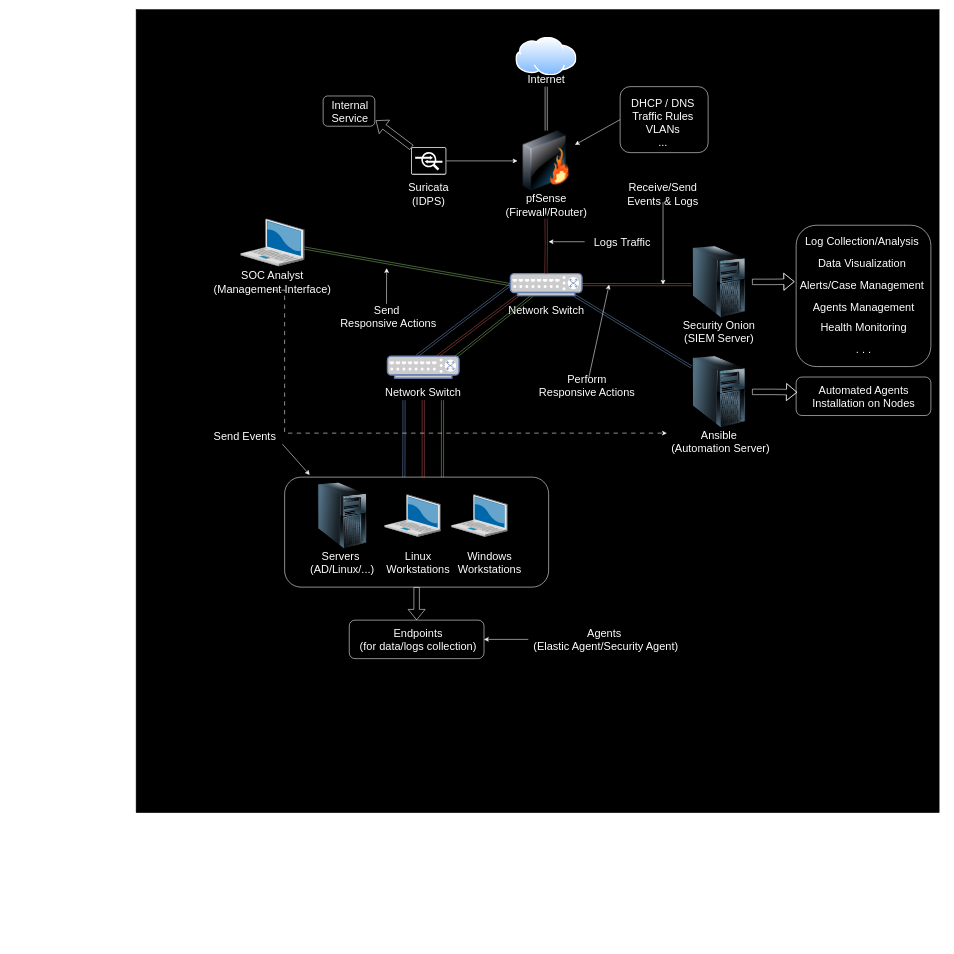
This is assets/NetworkDiagramSO.drawio from nattycoder/LearnHub-Connect, a draw.io file, before an edit. Source tidied: cells renumbered, new cells numbered last; positions are measured from the earlier drawing's top-left corner, leaving out a move shared by most shapes. Both pictures are drawn from the tidied source at 55%, with x=0, y=0 at pixel (136, 9).
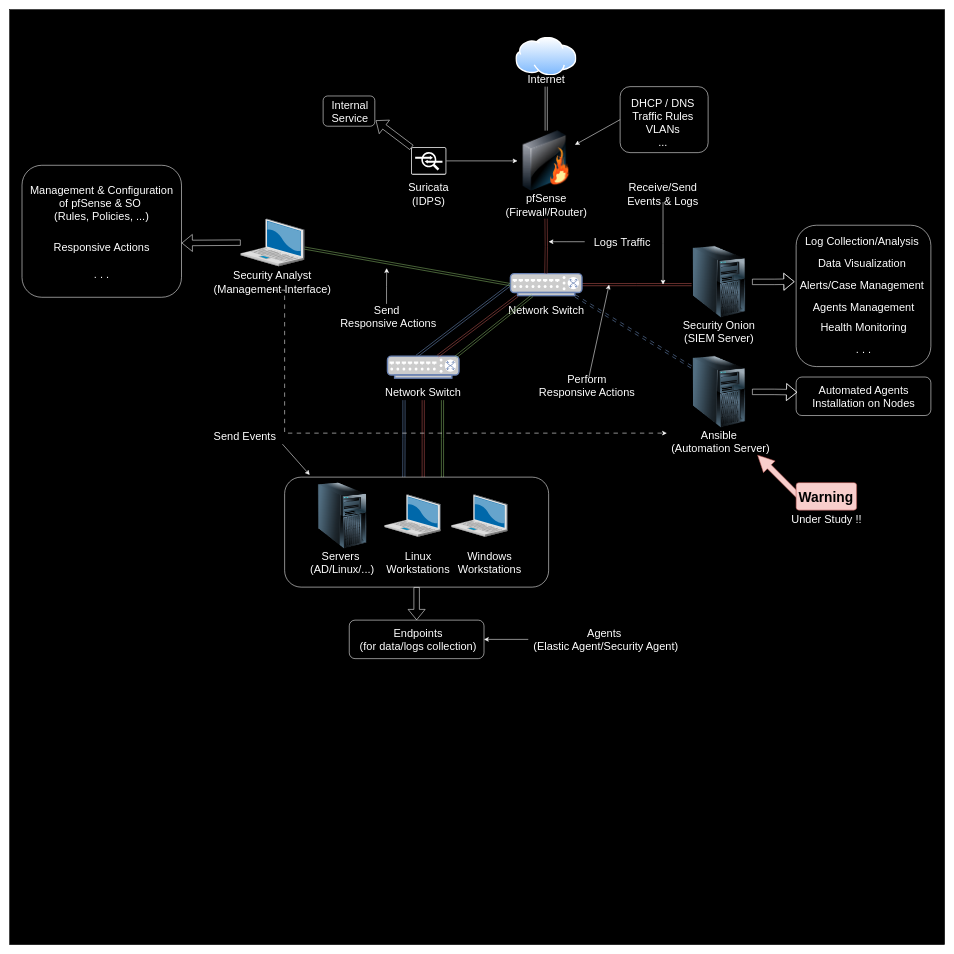
The same diagram, later.

Unchanged cells that the change refers to:
```xml
<mxCell id="9" style="group;" parent="1" vertex="1">
  <mxGeometry x="675.6" y="480" width="140" height="80" as="geometry" />
</mxCell>
<mxCell id="13" style="fontColor=#0066CC;verticalAlign=top;verticalLabelPosition=bottom;labelPosition=center;align=center;html=1;outlineConnect=0;fillColor=#CCCCCC;strokeColor=#6881B3;gradientColor=none;gradientDirection=north;strokeWidth=2;shape=mxgraph.networks.switch;" parent="9" vertex="1">
  <mxGeometry x="5" width="130" height="40" as="geometry" />
</mxCell>
<mxCell id="30" style="group;" parent="1" vertex="1">
  <mxGeometry x="137" y="380" width="222" height="130" as="geometry" />
</mxCell>
<mxCell id="31" style="verticalLabelPosition=bottom;sketch=0;html=1;verticalAlign=top;strokeColor=none;align=center;outlineConnect=0;shape=mxgraph.citrix.laptop_2;" parent="30" vertex="1">
  <mxGeometry x="53" width="116" height="86.5" as="geometry" />
</mxCell>
```

Change to the diagram source:
```diff
@@
     <mxCell id="2" style="whiteSpace=wrap;html=1;strokeColor=#000000;fillColor=#000000;" parent="1" vertex="1">
-      <mxGeometry width="1460" height="1460" as="geometry" />
+      <mxGeometry x="-230" width="1700" height="1700" as="geometry" />
     </mxCell>
@@
-    <mxCell id="11" style="rounded=0;jettySize=auto;html=1;exitX=0.9;exitY=1;exitDx=0;exitDy=0;exitPerimeter=0;shape=link;strokeColor=#6c8ebf;fillColor=#dae8fc;" parent="9" edge="1" source="13">
+    <mxCell id="11" style="rounded=0;jettySize=auto;html=1;exitX=0.9;exitY=1;exitDx=0;exitDy=0;exitPerimeter=0;shape=link;strokeColor=#6c8ebf;fillColor=#dae8fc;dashed=1;dashPattern=8 8;" parent="9" edge="1" source="13">
       <mxGeometry relative="1" as="geometry">
         <mxPoint x="334.4" y="170" as="targetPoint" />
       </mxGeometry>
     </mxCell>
@@
-    <mxCell id="32" value="&lt;div&gt;&lt;font color=&quot;#ffffff&quot; style=&quot;font-size: 20px;&quot;&gt;SOC Analyst&lt;/font&gt;&lt;/div&gt;&lt;div&gt;&lt;font color=&quot;#ffffff&quot; style=&quot;font-size: 20px;&quot;&gt;(Management Interface)&lt;br&gt;&lt;/font&gt;&lt;/div&gt;" style="text;html=1;align=center;verticalAlign=middle;whiteSpace=wrap;rounded=0;" parent="30" vertex="1">
+    <mxCell id="32" value="&lt;div&gt;&lt;font color=&quot;#ffffff&quot; style=&quot;font-size: 20px;&quot;&gt;Security Analyst&lt;/font&gt;&lt;/div&gt;&lt;div&gt;&lt;font color=&quot;#ffffff&quot; style=&quot;font-size: 20px;&quot;&gt;(Management Interface)&lt;br&gt;&lt;/font&gt;&lt;/div&gt;" style="text;html=1;align=center;verticalAlign=middle;whiteSpace=wrap;rounded=0;" parent="30" vertex="1">
       <mxGeometry y="100" width="222" height="30" as="geometry" />
     </mxCell>
@@
+    <mxCell id="85" style="group;" parent="1" vertex="1">
+      <mxGeometry x="-207.5" y="283" width="290" height="240" as="geometry" />
+    </mxCell>
+    <mxCell id="86" value="&lt;div&gt;&lt;font color=&quot;#ffffff&quot; style=&quot;font-size: 20px;&quot;&gt;Management &amp;amp; Configuration of pfSense &amp;amp; SO&amp;nbsp;&lt;/font&gt;&lt;/div&gt;&lt;div&gt;&lt;font color=&quot;#ffffff&quot; style=&quot;font-size: 20px;&quot;&gt;(Rules, Policies, ...)&lt;br&gt;&lt;/font&gt;&lt;/div&gt;" style="text;html=1;align=center;verticalAlign=middle;whiteSpace=wrap;rounded=0;" parent="85" vertex="1">
+      <mxGeometry x="7.5" y="50" width="275" height="35" as="geometry" />
+    </mxCell>
+    <mxCell id="87" style="rounded=1;whiteSpace=wrap;html=1;fillColor=none;strokeColor=#FFFFFF;" parent="85" vertex="1">
+      <mxGeometry width="290" height="240" as="geometry" />
+    </mxCell>
+    <mxCell id="88" value="&lt;div&gt;&lt;font color=&quot;#ffffff&quot; style=&quot;font-size: 20px;&quot;&gt;. . .&lt;br&gt;&lt;/font&gt;&lt;/div&gt;" style="text;html=1;align=center;verticalAlign=middle;whiteSpace=wrap;rounded=0;" parent="85" vertex="1">
+      <mxGeometry x="7.5" y="180" width="275" height="35" as="geometry" />
+    </mxCell>
+    <mxCell id="89" value="&lt;div&gt;&lt;font color=&quot;#ffffff&quot; style=&quot;font-size: 20px;&quot;&gt;Responsive Actions&lt;br&gt;&lt;/font&gt;&lt;/div&gt;" style="text;html=1;align=center;verticalAlign=middle;whiteSpace=wrap;rounded=0;" parent="85" vertex="1">
+      <mxGeometry x="7.5" y="131.9" width="275" height="35" as="geometry" />
+    </mxCell>
+    <mxCell id="90" style="rounded=0;jettySize=auto;html=1;entryX=1.001;entryY=0.589;entryDx=0;entryDy=0;shape=flexArrow;strokeColor=#FFFFFF;entryPerimeter=0;" parent="1" edge="1" source="31" target="87">
+      <mxGeometry relative="1" as="geometry" />
+    </mxCell>
+    <mxCell id="91" style="edgeStyle=orthogonalEdgeStyle;rounded=0;jettySize=auto;html=1;shape=arrow;fillColor=#f8cecc;strokeColor=#b85450;exitX=0.091;exitY=0.6;exitDx=0;exitDy=0;exitPerimeter=0;" parent="1" edge="1" source="92">
+      <mxGeometry relative="1" as="geometry">
+        <mxPoint x="1130" y="810" as="targetPoint" />
+      </mxGeometry>
+    </mxCell>
+    <mxCell id="92" value="&lt;font style=&quot;font-size: 25px;&quot;&gt;Warning&lt;/font&gt;" style="html=1;shadow=0;dashed=0;shape=mxgraph.bootstrap.rrect;rSize=5;strokeColor=#b85450;strokeWidth=1;fillColor=#f8cecc;whiteSpace=wrap;align=left;verticalAlign=middle;spacingLeft=0;fontStyle=1;fontSize=14;spacing=5;" parent="1" vertex="1">
+      <mxGeometry x="1200" y="860" width="110" height="50" as="geometry" />
+    </mxCell>
+    <mxCell id="93" value="&lt;div&gt;&lt;font color=&quot;#ffffff&quot; style=&quot;font-size: 20px;&quot;&gt;Under Study !!&lt;br&gt;&lt;/font&gt;&lt;/div&gt;" style="text;html=1;align=center;verticalAlign=middle;whiteSpace=wrap;rounded=0;" parent="1" vertex="1">
+      <mxGeometry x="1116.5" y="910" width="277" height="30" as="geometry" />
+    </mxCell>
```
